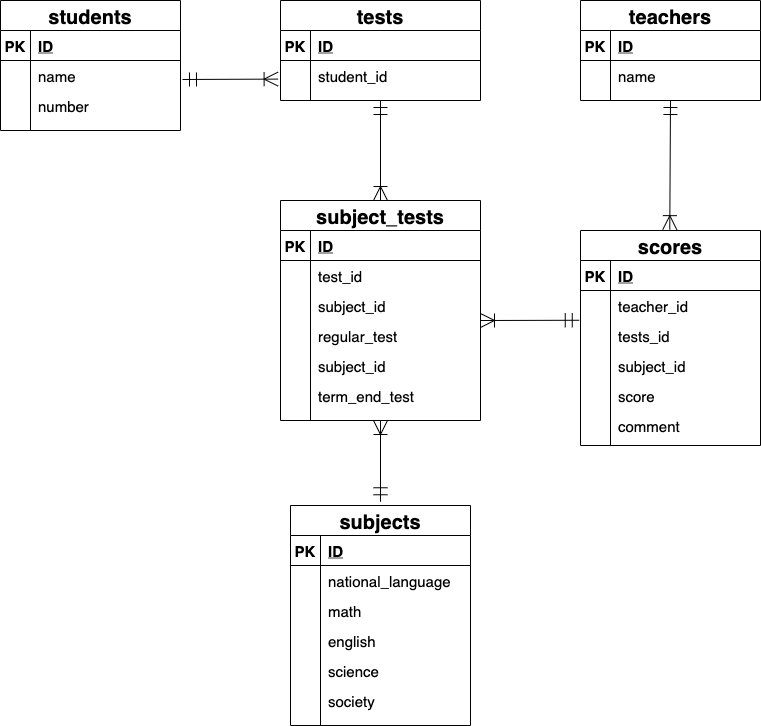
Earlier version of the draw.io export index.drawio.png (FujiiMarie/ER). Source tidied: cells renumbered, new cells last; positions are measured from the earlier drawing's top-left corner, leaving out a move shared by most shapes.
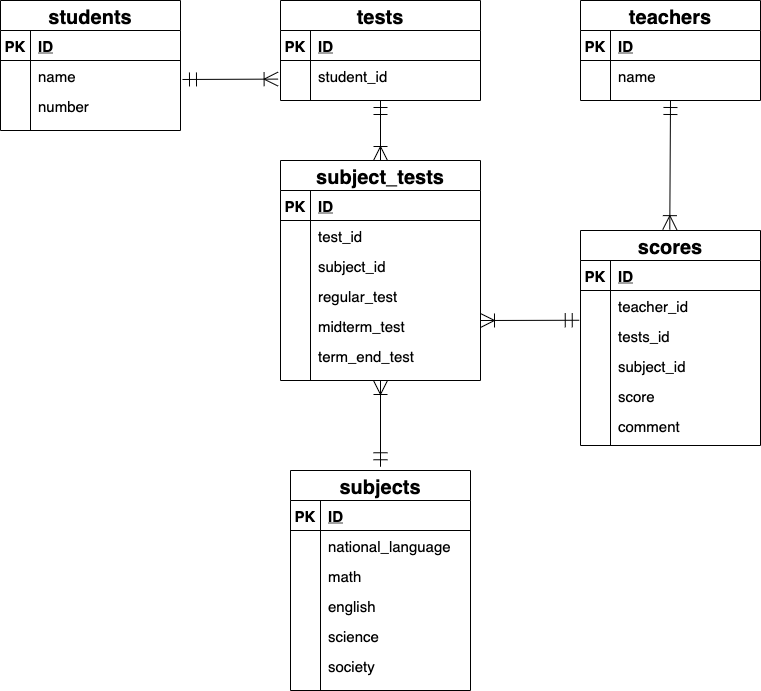
Above is the later version.

What changed in the source:
```diff
@@ -78,7 +78,7 @@
       <mxGeometry relative="1" as="geometry" />
     </mxCell>
     <mxCell id="27" value="subjects" style="shape=table;startSize=30;rowLines=0;fontStyle=1;align=center;fontSize=20;" parent="1" vertex="1">
-      <mxGeometry x="290" y="505" width="180" height="220" as="geometry" />
+      <mxGeometry x="290" y="470" width="180" height="220" as="geometry" />
     </mxCell>
     <mxCell id="28" style="shape=partialRectangle;fillColor=none;top=0;left=0;bottom=1;right=0;" parent="27" vertex="1">
       <mxGeometry y="30" width="180" height="30" as="geometry" />
@@ -202,7 +202,7 @@
       <mxGeometry x="30" width="150" height="30" as="geometry" />
     </mxCell>
     <mxCell id="67" value="subject_tests" style="shape=table;startSize=30;rowLines=0;fontStyle=1;align=center;fontSize=20;" parent="1" vertex="1">
-      <mxGeometry x="280" y="200" width="200" height="220" as="geometry" />
+      <mxGeometry x="280" y="160" width="200" height="220" as="geometry" />
     </mxCell>
     <mxCell id="68" style="shape=partialRectangle;fillColor=none;top=0;left=0;bottom=1;right=0;" parent="67" vertex="1">
       <mxGeometry y="30" width="200" height="30" as="geometry" />
@@ -231,24 +231,24 @@
     <mxCell id="76" value="subject_id" style="shape=partialRectangle;fillColor=none;top=0;left=0;bottom=0;right=0;align=left;spacingLeft=6;overflow=hidden;fontSize=15;" parent="74" vertex="1">
       <mxGeometry x="30" width="170" height="30" as="geometry" />
     </mxCell>
+    <mxCell id="80" style="shape=partialRectangle;fillColor=none;top=0;left=0;bottom=0;right=0;" parent="67" vertex="1">
+      <mxGeometry y="120" width="200" height="30" as="geometry" />
+    </mxCell>
+    <mxCell id="81" style="shape=partialRectangle;fillColor=none;top=0;left=0;bottom=0;right=0;overflow=hidden;" parent="80" vertex="1">
+      <mxGeometry width="30" height="30" as="geometry" />
+    </mxCell>
+    <mxCell id="82" value="regular_test" style="shape=partialRectangle;fillColor=none;top=0;left=0;bottom=0;right=0;align=left;spacingLeft=6;overflow=hidden;fontSize=15;" parent="80" vertex="1">
+      <mxGeometry x="30" width="170" height="30" as="geometry" />
+    </mxCell>
     <mxCell id="77" style="shape=partialRectangle;fillColor=none;top=0;left=0;bottom=0;right=0;" parent="67" vertex="1">
-      <mxGeometry y="120" width="200" height="30" as="geometry" />
+      <mxGeometry y="150" width="200" height="30" as="geometry" />
     </mxCell>
     <mxCell id="78" style="shape=partialRectangle;fillColor=none;top=0;left=0;bottom=0;right=0;overflow=hidden;" parent="77" vertex="1">
       <mxGeometry width="30" height="30" as="geometry" />
     </mxCell>
-    <mxCell id="79" value="regular_test" style="shape=partialRectangle;fillColor=none;top=0;left=0;bottom=0;right=0;align=left;spacingLeft=6;overflow=hidden;fontSize=15;" parent="77" vertex="1">
+    <mxCell id="79" value="midterm_test" style="shape=partialRectangle;fillColor=none;top=0;left=0;bottom=0;right=0;align=left;spacingLeft=6;overflow=hidden;fontSize=15;" parent="77" vertex="1">
       <mxGeometry x="30" width="170" height="30" as="geometry" />
     </mxCell>
-    <mxCell id="80" style="shape=partialRectangle;fillColor=none;top=0;left=0;bottom=0;right=0;" parent="67" vertex="1">
-      <mxGeometry y="150" width="200" height="30" as="geometry" />
-    </mxCell>
-    <mxCell id="81" style="shape=partialRectangle;fillColor=none;top=0;left=0;bottom=0;right=0;overflow=hidden;" parent="80" vertex="1">
-      <mxGeometry width="30" height="30" as="geometry" />
-    </mxCell>
-    <mxCell id="82" value="subject_id" style="shape=partialRectangle;fillColor=none;top=0;left=0;bottom=0;right=0;align=left;spacingLeft=6;overflow=hidden;fontSize=15;" parent="80" vertex="1">
-      <mxGeometry x="30" width="170" height="30" as="geometry" />
-    </mxCell>
     <mxCell id="83" style="shape=partialRectangle;fillColor=none;top=0;left=0;bottom=0;right=0;" parent="67" vertex="1">
       <mxGeometry y="180" width="200" height="30" as="geometry" />
     </mxCell>
@@ -260,7 +260,7 @@
     </mxCell>
     <mxCell id="86" style="fontSize=12;html=1;endArrow=ERoneToMany;startArrow=ERmandOne;startSize=12;endSize=12;exitX=0.5;exitY=-0.017;exitDx=0;exitDy=0;exitPerimeter=0;" parent="1" edge="1" source="27">
       <mxGeometry relative="1" as="geometry">
-        <mxPoint x="380" y="420" as="targetPoint" />
+        <mxPoint x="380" y="380" as="targetPoint" />
       </mxGeometry>
     </mxCell>
     <mxCell id="87" style="fontSize=12;html=1;endArrow=ERoneToMany;startArrow=ERmandOne;startSize=12;endSize=12;exitX=-0.007;exitY=0.492;exitDx=0;exitDy=0;exitPerimeter=0;" parent="1" edge="1">
```
